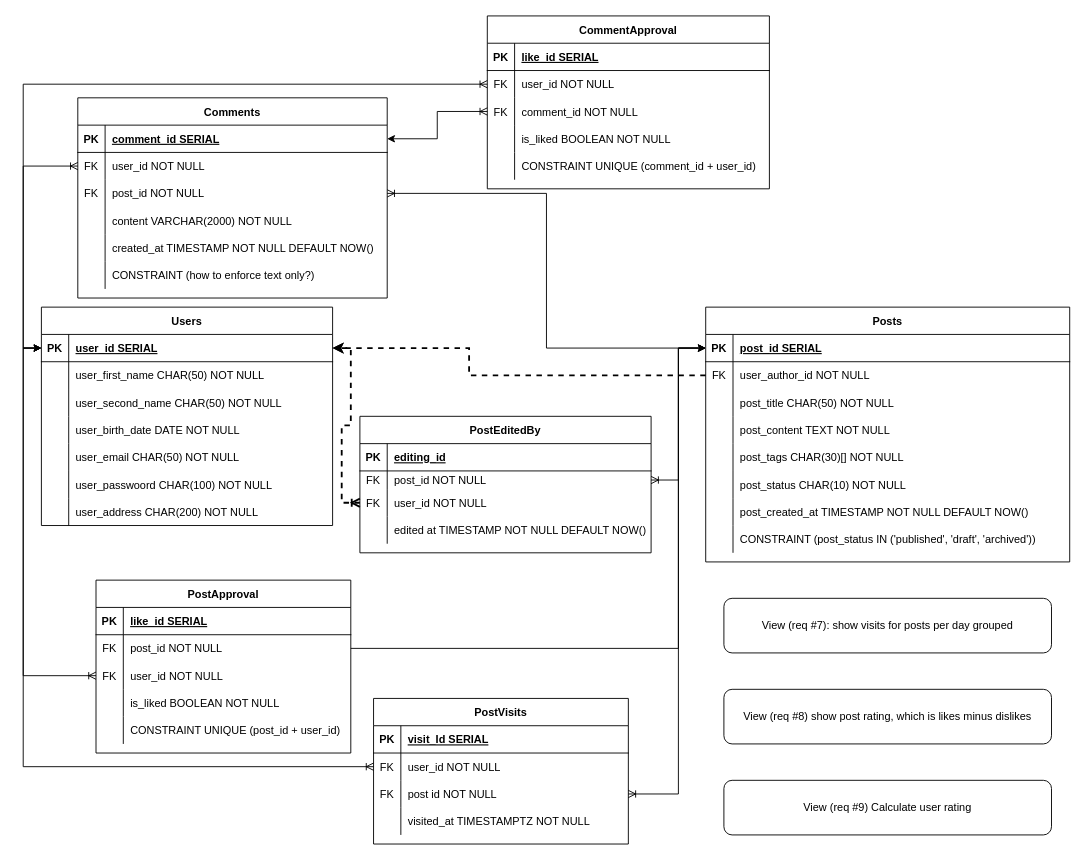
Before: src/psql/design.drawio in darklab8/darklab_training_postgresql, a draw.io diagram. Source tidied: cells renumbered, new cells numbered last; positions are measured from the earlier drawing's top-left corner, leaving out a move shared by most shapes. Both pictures are drawn from the tidied source at 91%, with x=0, y=0 at pixel (41, 15).
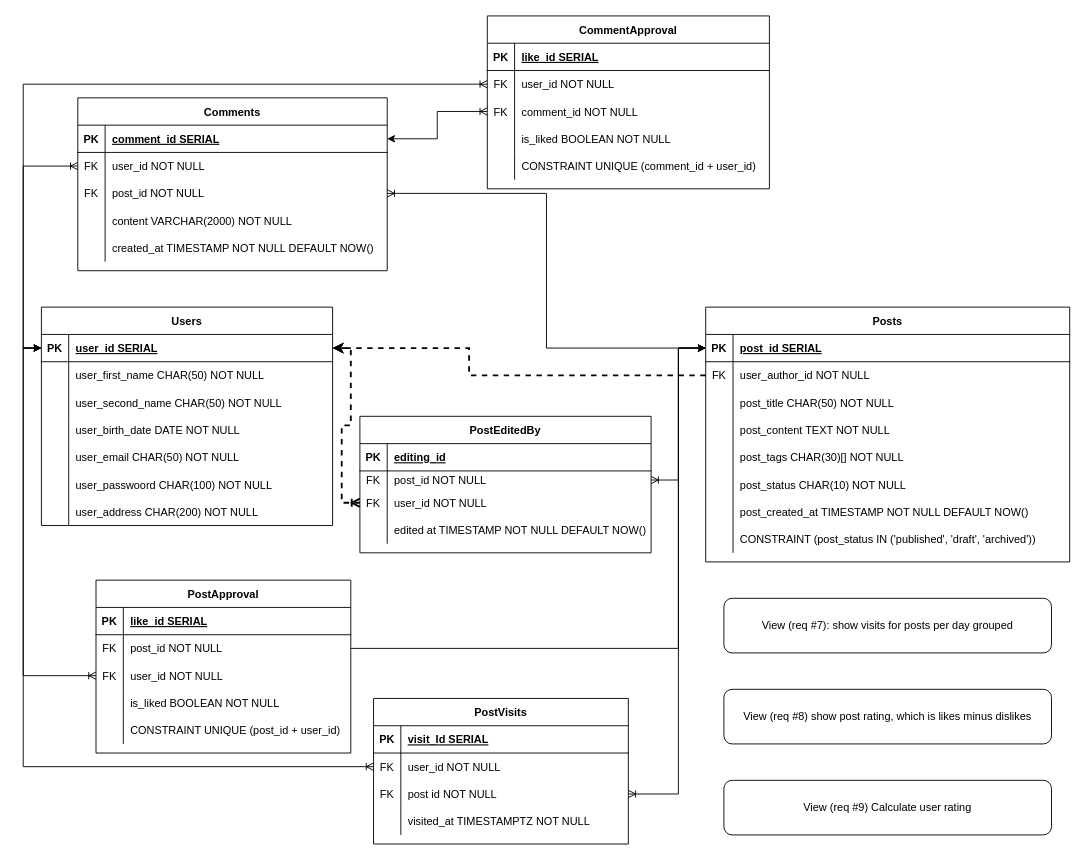
The same page after the edit.

Commit message (it also covers changes not shown here):
fix: constraint text remove

Change to the diagram source:
```diff
@@
     <mxCell id="67" value="Comments" style="shape=table;startSize=30;childLayout=tableLayout;rowLines=0;fontStyle=1;align=center;" parent="1" vertex="1">
-      <mxGeometry x="40" y="90" width="340" height="220" as="geometry" />
+      <mxGeometry x="40" y="90" width="340" height="190" as="geometry" />
     </mxCell>
@@
-    <mxCell id="83" style="shape=tableRow;horizontal=0;startSize=0;swimlaneHead=0;swimlaneBody=0;fillColor=none;top=0;left=0;right=0;bottom=0;" parent="67" vertex="1">
-      <mxGeometry y="180" width="340" height="30" as="geometry" />
-    </mxCell>
-    <mxCell id="84" style="shape=partialRectangle;fillColor=none;top=0;left=0;bottom=0;right=0;overflow=hidden;" parent="83" vertex="1">
-      <mxGeometry width="30" height="30" as="geometry" />
-    </mxCell>
-    <mxCell id="85" value="CONSTRAINT (how to enforce text only?)" style="shape=partialRectangle;fillColor=none;top=0;left=0;bottom=0;right=0;align=left;spacingLeft=6;overflow=hidden;" parent="83" vertex="1">
-      <mxGeometry x="30" width="310" height="30" as="geometry" />
-    </mxCell>
```
